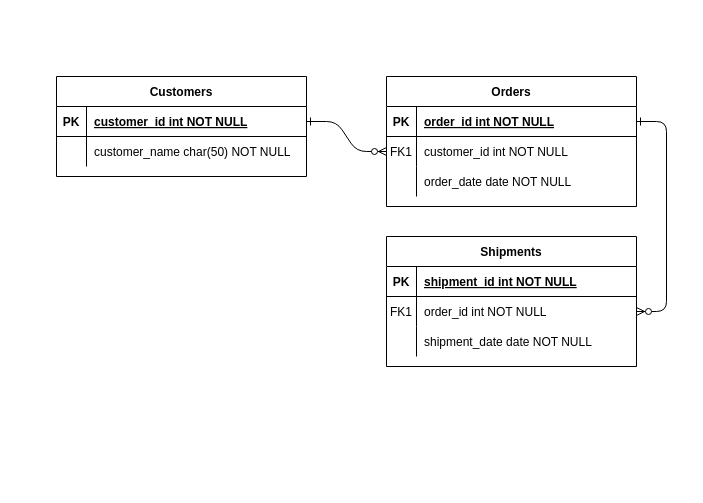
Above: Untitled Diagram.drawio in dickwu/youdian (draw.io), before the change. Source tidied: cells renumbered, new cells numbered last; positions are measured from the earlier drawing's top-left corner, leaving out a move shared by most shapes. Both pictures are drawn from the tidied source at 100%, with x=0, y=0 at pixel (56, 76).
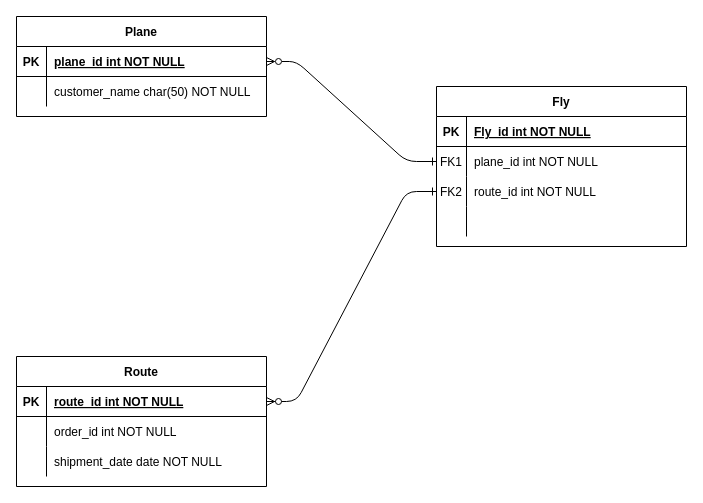
Above is the later version.

The change refers to these unchanged cells:
```xml
<mxCell id="5" style="shape=partialRectangle;fillColor=none;points=[[0,0.5],[1,0.5]];portConstraint=eastwest;top=0;left=0;right=0;bottom=1;" parent="4" vertex="1">
  <mxGeometry y="30" width="250" height="30" as="geometry" />
</mxCell>
<mxCell id="8" style="shape=partialRectangle;fillColor=none;points=[[0,0.5],[1,0.5]];portConstraint=eastwest;top=0;left=0;right=0;bottom=0;" parent="4" vertex="1">
  <mxGeometry y="60" width="250" height="30" as="geometry" />
</mxCell>
<mxCell id="11" style="shape=partialRectangle;fillColor=none;points=[[0,0.5],[1,0.5]];portConstraint=eastwest;top=0;left=0;right=0;bottom=0;" parent="4" vertex="1">
  <mxGeometry y="90" width="250" height="30" as="geometry" />
</mxCell>
<mxCell id="15" style="shape=partialRectangle;fillColor=none;points=[[0,0.5],[1,0.5]];portConstraint=eastwest;top=0;left=0;right=0;bottom=1;" parent="14" vertex="1">
  <mxGeometry y="30" width="250" height="30" as="geometry" />
</mxCell>
<mxCell id="18" style="shape=partialRectangle;fillColor=none;points=[[0,0.5],[1,0.5]];portConstraint=eastwest;top=0;left=0;right=0;bottom=0;" parent="14" vertex="1">
  <mxGeometry y="60" width="250" height="30" as="geometry" />
</mxCell>
<mxCell id="25" style="shape=partialRectangle;fillColor=none;points=[[0,0.5],[1,0.5]];portConstraint=eastwest;top=0;left=0;right=0;bottom=1;" parent="24" vertex="1">
  <mxGeometry y="30" width="250" height="30" as="geometry" />
</mxCell>
```

Change to the diagram source:
```diff
@@
-    <mxCell id="2" style="edgeStyle=entityRelationEdgeStyle;endArrow=ERzeroToMany;startArrow=ERone;endFill=1;startFill=0;" parent="1" edge="1" source="25" target="8">
+    <mxCell id="2" style="edgeStyle=entityRelationEdgeStyle;endArrow=ERzeroToMany;startArrow=ERone;endFill=0;startFill=0;entryX=1;entryY=0.5;entryDx=0;entryDy=0;exitX=0;exitY=0.5;exitDx=0;exitDy=0;" parent="1" edge="1" source="8" target="25">
       <mxGeometry relative="1" as="geometry" />
     </mxCell>
-    <mxCell id="3" style="edgeStyle=entityRelationEdgeStyle;endArrow=ERzeroToMany;startArrow=ERone;endFill=1;startFill=0;" parent="1" edge="1" source="5" target="18">
+    <mxCell id="3" style="edgeStyle=entityRelationEdgeStyle;endArrow=ERzeroToMany;startArrow=ERone;endFill=1;startFill=0;exitX=0;exitY=0.5;exitDx=0;exitDy=0;entryX=1;entryY=0.5;entryDx=0;entryDy=0;" parent="1" edge="1" source="11" target="15">
       <mxGeometry relative="1" as="geometry" />
     </mxCell>
-    <mxCell id="4" value="Orders" style="shape=table;startSize=30;childLayout=tableLayout;rowLines=0;fontStyle=1;align=center;" parent="1" vertex="1">
-      <mxGeometry x="330" width="250" height="130" as="geometry" />
+    <mxCell id="4" value="Fly" style="shape=table;startSize=30;childLayout=tableLayout;rowLines=0;fontStyle=1;align=center;" parent="1" vertex="1">
+      <mxGeometry x="380" y="10" width="250" height="160" as="geometry" />
     </mxCell>
@@
-    <mxCell id="7" value="order_id int NOT NULL " style="shape=partialRectangle;overflow=hidden;fillColor=none;top=0;left=0;bottom=0;right=0;align=left;spacingLeft=6;fontStyle=5;" parent="5" vertex="1">
+    <mxCell id="7" value="Fly_id int NOT NULL " style="shape=partialRectangle;overflow=hidden;fillColor=none;top=0;left=0;bottom=0;right=0;align=left;spacingLeft=6;fontStyle=5;" parent="5" vertex="1">
       <mxGeometry x="30" width="220" height="30" as="geometry" />
     </mxCell>
@@
-    <mxCell id="10" value="customer_id int NOT NULL" style="shape=partialRectangle;overflow=hidden;fillColor=none;top=0;left=0;bottom=0;right=0;align=left;spacingLeft=6;" parent="8" vertex="1">
+    <mxCell id="10" value="plane_id int NOT NULL" style="shape=partialRectangle;overflow=hidden;fillColor=none;top=0;left=0;bottom=0;right=0;align=left;spacingLeft=6;" parent="8" vertex="1">
       <mxGeometry x="30" width="220" height="30" as="geometry" />
     </mxCell>
@@
-    <mxCell id="12" style="shape=partialRectangle;overflow=hidden;fillColor=none;top=0;left=0;bottom=0;right=0;" parent="11" vertex="1">
+    <mxCell id="12" value="FK2" style="shape=partialRectangle;overflow=hidden;fillColor=none;top=0;left=0;bottom=0;right=0;" parent="11" vertex="1">
       <mxGeometry width="30" height="30" as="geometry" />
     </mxCell>
-    <mxCell id="13" value="order_date date NOT NULL" style="shape=partialRectangle;overflow=hidden;fillColor=none;top=0;left=0;bottom=0;right=0;align=left;spacingLeft=6;" parent="11" vertex="1">
+    <mxCell id="13" value="route_id int NOT NULL" style="shape=partialRectangle;overflow=hidden;fillColor=none;top=0;left=0;bottom=0;right=0;align=left;spacingLeft=6;" parent="11" vertex="1">
       <mxGeometry x="30" width="220" height="30" as="geometry" />
     </mxCell>
+    <mxCell id="31" style="shape=partialRectangle;fillColor=none;top=0;left=0;right=0;bottom=0;" parent="4" vertex="1">
+      <mxGeometry y="120" width="250" height="30" as="geometry" />
+    </mxCell>
+    <mxCell id="32" style="shape=partialRectangle;overflow=hidden;fillColor=none;top=0;left=0;bottom=0;right=0;" parent="31" vertex="1">
+      <mxGeometry width="30" height="30" as="geometry" />
+    </mxCell>
+    <mxCell id="33" style="shape=partialRectangle;overflow=hidden;fillColor=none;top=0;left=0;bottom=0;right=0;align=left;spacingLeft=6;" parent="31" vertex="1">
+      <mxGeometry x="30" width="220" height="30" as="geometry" />
+    </mxCell>
-    <mxCell id="14" value="Shipments" style="shape=table;startSize=30;childLayout=tableLayout;rowLines=0;fontStyle=1;align=center;" parent="1" vertex="1">
-      <mxGeometry x="330" y="160" width="250" height="130" as="geometry" />
+    <mxCell id="14" value="Route" style="shape=table;startSize=30;childLayout=tableLayout;rowLines=0;fontStyle=1;align=center;" parent="1" vertex="1">
+      <mxGeometry x="-40" y="280" width="250" height="130" as="geometry" />
     </mxCell>
@@
-    <mxCell id="17" value="shipment_id int NOT NULL " style="shape=partialRectangle;overflow=hidden;fillColor=none;top=0;left=0;bottom=0;right=0;align=left;spacingLeft=6;fontStyle=5;" parent="15" vertex="1">
+    <mxCell id="17" value="route_id int NOT NULL " style="shape=partialRectangle;overflow=hidden;fillColor=none;top=0;left=0;bottom=0;right=0;align=left;spacingLeft=6;fontStyle=5;" parent="15" vertex="1">
       <mxGeometry x="30" width="220" height="30" as="geometry" />
     </mxCell>
@@
-    <mxCell id="19" value="FK1" style="shape=partialRectangle;overflow=hidden;fillColor=none;top=0;left=0;bottom=0;right=0;" parent="18" vertex="1">
+    <mxCell id="19" style="shape=partialRectangle;overflow=hidden;fillColor=none;top=0;left=0;bottom=0;right=0;" parent="18" vertex="1">
       <mxGeometry width="30" height="30" as="geometry" />
     </mxCell>
@@
-    <mxCell id="24" value="Customers" style="shape=table;startSize=30;childLayout=tableLayout;rowLines=0;fontStyle=1;align=center;" parent="1" vertex="1">
-      <mxGeometry width="250" height="100" as="geometry" />
+    <mxCell id="24" value="Plane" style="shape=table;startSize=30;childLayout=tableLayout;rowLines=0;fontStyle=1;align=center;" parent="1" vertex="1">
+      <mxGeometry x="-40" y="-60" width="250" height="100" as="geometry" />
     </mxCell>
@@
-    <mxCell id="27" value="customer_id int NOT NULL " style="shape=partialRectangle;overflow=hidden;fillColor=none;top=0;left=0;bottom=0;right=0;align=left;spacingLeft=6;fontStyle=5;" parent="25" vertex="1">
+    <mxCell id="27" value="plane_id int NOT NULL " style="shape=partialRectangle;overflow=hidden;fillColor=none;top=0;left=0;bottom=0;right=0;align=left;spacingLeft=6;fontStyle=5;" parent="25" vertex="1">
       <mxGeometry x="30" width="220" height="30" as="geometry" />
     </mxCell>
```
